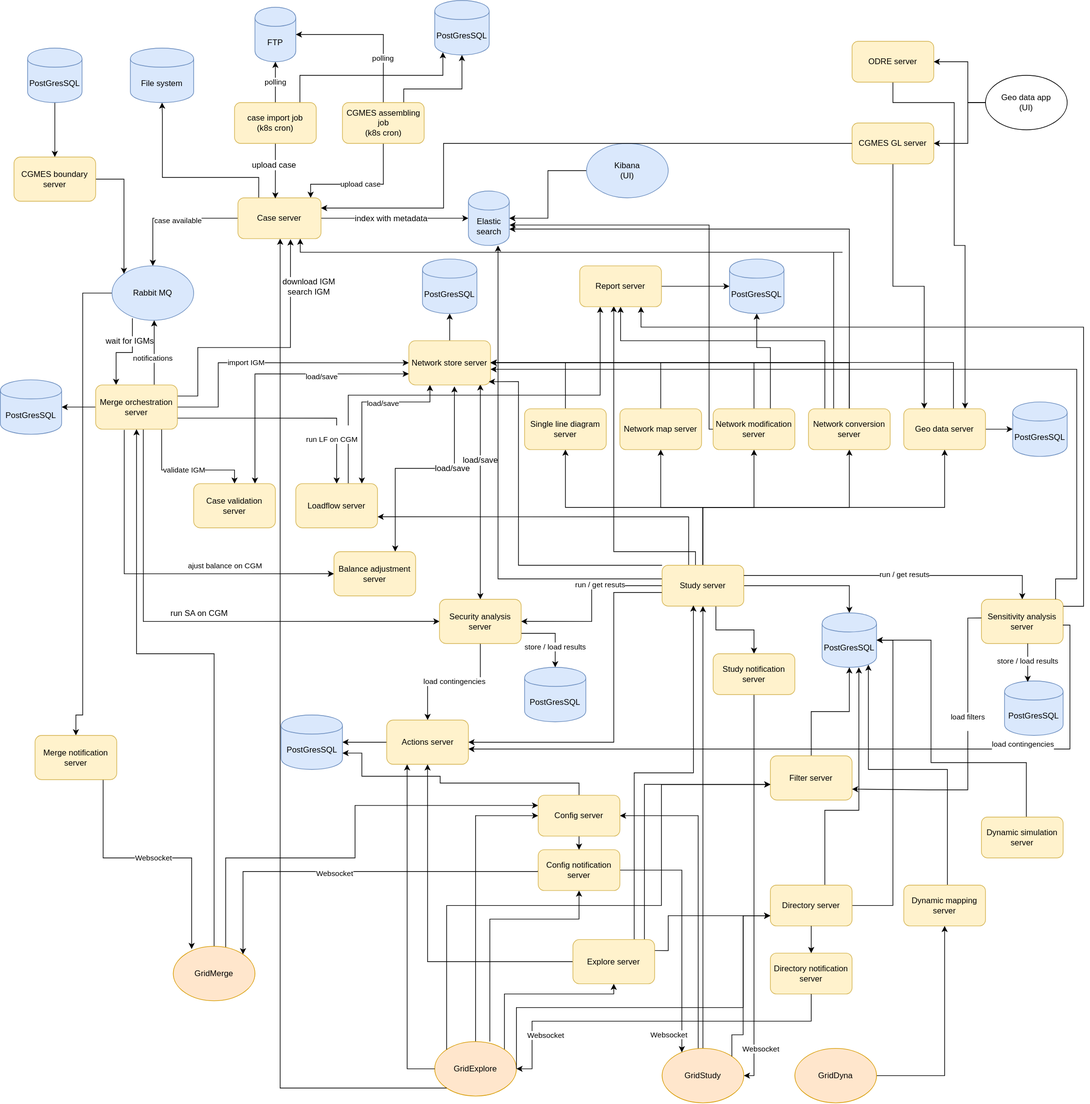
Above: diagrams/gridsuite_architecture.svg in gridsuite/documentation (draw.io), before the change. Source tidied: cells renumbered, new cells last; positions are measured from the earlier drawing's top-left corner, leaving out a move shared by most shapes.
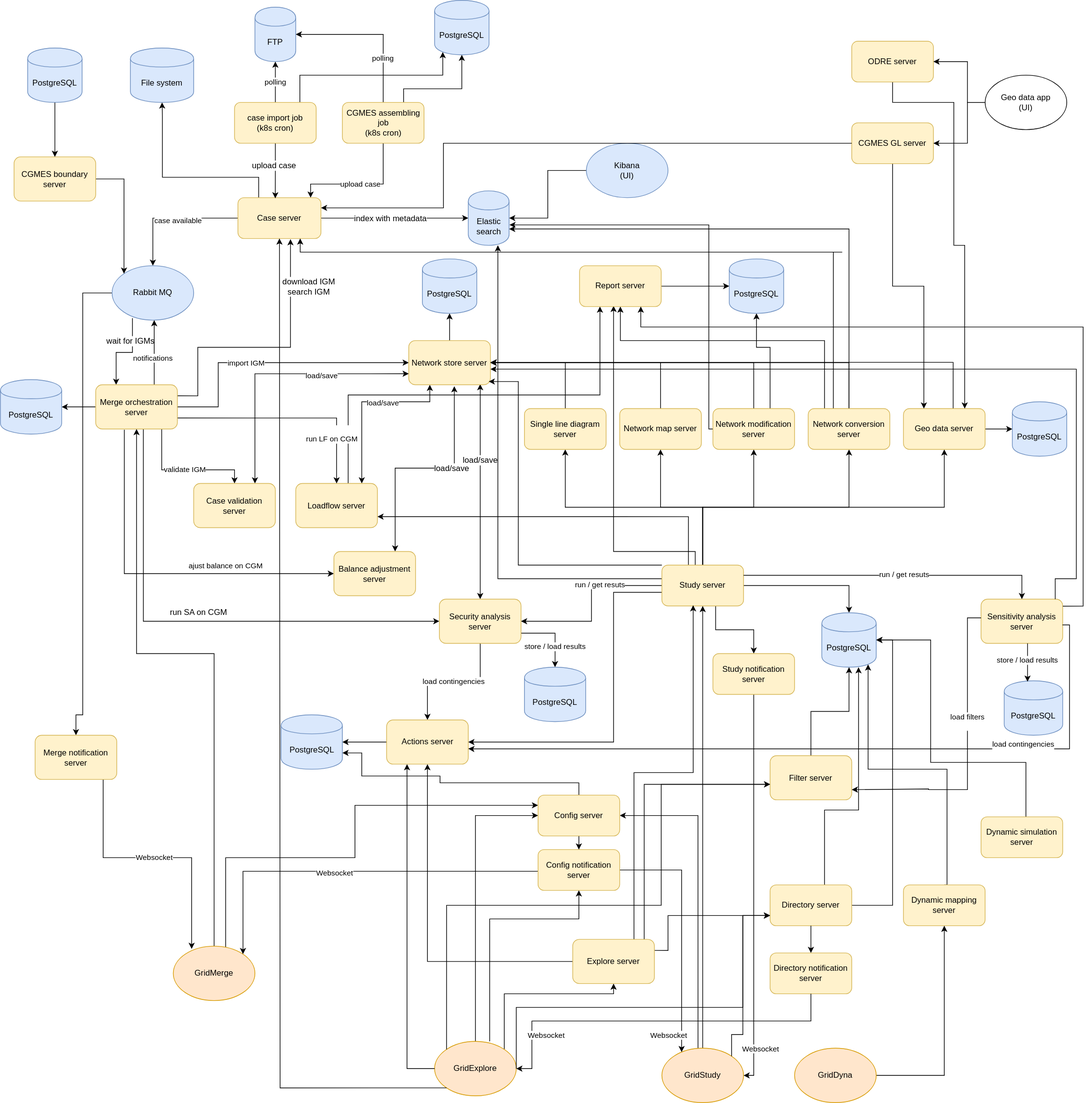
Later version of the same file.

Commit message:
Typo modification everywhere after review : PostGresSQL ---> PostgreSQL

What changed in the source:
```diff
@@ -214,7 +214,7 @@
     <mxCell id="47" value="Merge orchestration server" style="rounded=1;whiteSpace=wrap;html=1;fillColor=#fff2cc;strokeColor=#d6b656;" parent="1" vertex="1">
       <mxGeometry x="140" y="565" width="120" height="65" as="geometry" />
     </mxCell>
-    <mxCell id="48" value="PostGresSQL" style="shape=cylinder;whiteSpace=wrap;html=1;boundedLbl=1;backgroundOutline=1;fillColor=#dae8fc;strokeColor=#6c8ebf;" parent="1" vertex="1">
+    <mxCell id="48" value="PostgreSQL" style="shape=cylinder;whiteSpace=wrap;html=1;boundedLbl=1;backgroundOutline=1;fillColor=#dae8fc;strokeColor=#6c8ebf;" parent="1" vertex="1">
       <mxGeometry y="557.5" width="90" height="80" as="geometry" />
     </mxCell>
     <mxCell id="49" style="edgeStyle=orthogonalEdgeStyle;rounded=0;jettySize=auto;html=1;entryX=1;entryY=0.5;entryDx=0;entryDy=0;" parent="1" edge="1" source="50" target="51">
@@ -223,7 +223,7 @@
     <mxCell id="50" value="Actions server" style="rounded=1;whiteSpace=wrap;html=1;fillColor=#fff2cc;strokeColor=#d6b656;" parent="1" vertex="1">
       <mxGeometry x="567.5" y="1057.5" width="120" height="65" as="geometry" />
     </mxCell>
-    <mxCell id="51" value="PostGresSQL" style="shape=cylinder;whiteSpace=wrap;html=1;boundedLbl=1;backgroundOutline=1;fillColor=#dae8fc;strokeColor=#6c8ebf;" parent="1" vertex="1">
+    <mxCell id="51" value="PostgreSQL" style="shape=cylinder;whiteSpace=wrap;html=1;boundedLbl=1;backgroundOutline=1;fillColor=#dae8fc;strokeColor=#6c8ebf;" parent="1" vertex="1">
       <mxGeometry x="412.5" y="1050" width="90" height="80" as="geometry" />
     </mxCell>
     <mxCell id="52" style="edgeStyle=orthogonalEdgeStyle;rounded=0;jettySize=auto;html=1;exitX=0.75;exitY=0;exitDx=0;exitDy=0;entryX=0;entryY=0.75;entryDx=0;entryDy=0;startArrow=classic;startFill=1;" parent="1" edge="1" source="54" target="34">
@@ -426,7 +426,7 @@
     <mxCell id="92" value="Geo data server" style="rounded=1;whiteSpace=wrap;html=1;fillColor=#fff2cc;strokeColor=#d6b656;" parent="1" vertex="1">
       <mxGeometry x="1327" y="600" width="120" height="60" as="geometry" />
     </mxCell>
-    <mxCell id="93" value="PostGresSQL" style="shape=cylinder;whiteSpace=wrap;html=1;boundedLbl=1;backgroundOutline=1;fillColor=#dae8fc;strokeColor=#6c8ebf;" parent="1" vertex="1">
+    <mxCell id="93" value="PostgreSQL" style="shape=cylinder;whiteSpace=wrap;html=1;boundedLbl=1;backgroundOutline=1;fillColor=#dae8fc;strokeColor=#6c8ebf;" parent="1" vertex="1">
       <mxGeometry x="1487" y="590" width="80" height="80" as="geometry" />
     </mxCell>
     <mxCell id="94" style="edgeStyle=orthogonalEdgeStyle;rounded=0;jettySize=auto;html=1;entryX=0.25;entryY=0;entryDx=0;entryDy=0;" parent="1" edge="1" source="95" target="92">
@@ -509,7 +509,7 @@
     <mxCell id="109" value="GridStudy" style="ellipse;whiteSpace=wrap;html=1;fillColor=#ffe6cc;strokeColor=#d79b00;" parent="1" vertex="1">
       <mxGeometry x="972" y="1540" width="120" height="80" as="geometry" />
     </mxCell>
-    <mxCell id="110" value="PostGresSQL" style="shape=cylinder;whiteSpace=wrap;html=1;boundedLbl=1;backgroundOutline=1;fillColor=#dae8fc;strokeColor=#6c8ebf;" parent="1" vertex="1">
+    <mxCell id="110" value="PostgreSQL" style="shape=cylinder;whiteSpace=wrap;html=1;boundedLbl=1;backgroundOutline=1;fillColor=#dae8fc;strokeColor=#6c8ebf;" parent="1" vertex="1">
       <mxGeometry x="770" y="980" width="90" height="80" as="geometry" />
     </mxCell>
     <mxCell id="111" style="edgeStyle=orthogonalEdgeStyle;rounded=0;jettySize=auto;html=1;" parent="1" edge="1" source="113" target="139">
@@ -558,7 +558,7 @@
     <mxCell id="119" value="GridExplore" style="ellipse;whiteSpace=wrap;html=1;fillColor=#ffe6cc;strokeColor=#d79b00;" parent="1" vertex="1">
       <mxGeometry x="638" y="1530" width="120" height="80" as="geometry" />
     </mxCell>
-    <mxCell id="120" value="PostGresSQL" style="shape=cylinder;whiteSpace=wrap;html=1;boundedLbl=1;backgroundOutline=1;fillColor=#dae8fc;strokeColor=#6c8ebf;" parent="1" vertex="1">
+    <mxCell id="120" value="PostgreSQL" style="shape=cylinder;whiteSpace=wrap;html=1;boundedLbl=1;backgroundOutline=1;fillColor=#dae8fc;strokeColor=#6c8ebf;" parent="1" vertex="1">
       <mxGeometry x="1207" y="900" width="80" height="80" as="geometry" />
     </mxCell>
     <mxCell id="121" style="edgeStyle=orthogonalEdgeStyle;rounded=0;jettySize=auto;html=1;" parent="1" edge="1" source="122" target="120">
@@ -567,7 +567,7 @@
     <mxCell id="122" value="Filter server" style="rounded=1;whiteSpace=wrap;html=1;fillColor=#fff2cc;strokeColor=#d6b656;" parent="1" vertex="1">
       <mxGeometry x="1131" y="1110" width="120" height="65" as="geometry" />
     </mxCell>
-    <mxCell id="123" value="PostGresSQL" style="shape=cylinder;whiteSpace=wrap;html=1;boundedLbl=1;backgroundOutline=1;fillColor=#dae8fc;strokeColor=#6c8ebf;" parent="1" vertex="1">
+    <mxCell id="123" value="PostgreSQL" style="shape=cylinder;whiteSpace=wrap;html=1;boundedLbl=1;backgroundOutline=1;fillColor=#dae8fc;strokeColor=#6c8ebf;" parent="1" vertex="1">
       <mxGeometry x="1071" y="380" width="80" height="80" as="geometry" />
     </mxCell>
     <mxCell id="124" style="edgeStyle=orthogonalEdgeStyle;rounded=0;jettySize=auto;html=1;entryX=0;entryY=0;entryDx=0;entryDy=0;" parent="1" edge="1" source="125" target="12">
@@ -579,7 +579,7 @@
     <mxCell id="126" style="edgeStyle=orthogonalEdgeStyle;rounded=0;jettySize=auto;html=1;" parent="1" edge="1" source="127" target="125">
       <mxGeometry relative="1" as="geometry" />
     </mxCell>
-    <mxCell id="127" value="PostGresSQL" style="shape=cylinder;whiteSpace=wrap;html=1;boundedLbl=1;backgroundOutline=1;fillColor=#dae8fc;strokeColor=#6c8ebf;" parent="1" vertex="1">
+    <mxCell id="127" value="PostgreSQL" style="shape=cylinder;whiteSpace=wrap;html=1;boundedLbl=1;backgroundOutline=1;fillColor=#dae8fc;strokeColor=#6c8ebf;" parent="1" vertex="1">
       <mxGeometry x="40" y="70" width="80" height="80" as="geometry" />
     </mxCell>
     <mxCell id="128" style="edgeStyle=orthogonalEdgeStyle;rounded=0;jettySize=auto;html=1;entryX=1;entryY=0.5;entryDx=0;entryDy=0;" parent="1" edge="1" source="130" target="120">
@@ -699,10 +699,10 @@
         </Array>
       </mxGeometry>
     </mxCell>
-    <mxCell id="150" value="PostGresSQL" style="shape=cylinder;whiteSpace=wrap;html=1;boundedLbl=1;backgroundOutline=1;fillColor=#dae8fc;strokeColor=#6c8ebf;" parent="1" vertex="1">
+    <mxCell id="150" value="PostgreSQL" style="shape=cylinder;whiteSpace=wrap;html=1;boundedLbl=1;backgroundOutline=1;fillColor=#dae8fc;strokeColor=#6c8ebf;" parent="1" vertex="1">
       <mxGeometry x="638" width="80" height="80" as="geometry" />
     </mxCell>
-    <mxCell id="151" value="PostGresSQL" style="shape=cylinder;whiteSpace=wrap;html=1;boundedLbl=1;backgroundOutline=1;fillColor=#dae8fc;strokeColor=#6c8ebf;" parent="1" vertex="1">
+    <mxCell id="151" value="PostgreSQL" style="shape=cylinder;whiteSpace=wrap;html=1;boundedLbl=1;backgroundOutline=1;fillColor=#dae8fc;strokeColor=#6c8ebf;" parent="1" vertex="1">
       <mxGeometry x="620" y="380" width="80" height="80" as="geometry" />
     </mxCell>
     <mxCell id="152" style="endArrow=classic;html=1;rounded=0;entryX=1;entryY=0.25;entryDx=0;entryDy=0;exitX=0;exitY=0.5;exitDx=0;exitDy=0;edgeStyle=elbowEdgeStyle;" parent="1" edge="1" source="95" target="8">
@@ -784,7 +784,7 @@
         <mxPoint x="78" y="-4" as="offset" />
       </mxGeometry>
     </mxCell>
-    <mxCell id="165" value="PostGresSQL" style="shape=cylinder;whiteSpace=wrap;html=1;boundedLbl=1;backgroundOutline=1;fillColor=#dae8fc;strokeColor=#6c8ebf;" parent="1" vertex="1">
+    <mxCell id="165" value="PostgreSQL" style="shape=cylinder;whiteSpace=wrap;html=1;boundedLbl=1;backgroundOutline=1;fillColor=#dae8fc;strokeColor=#6c8ebf;" parent="1" vertex="1">
       <mxGeometry x="1475" y="1000" width="86" height="80" as="geometry" />
     </mxCell>
     <mxCell id="166" value="store / load results" style="edgeStyle=orthogonalEdgeStyle;rounded=0;jettySize=auto;html=1;entryX=0.399;entryY=0.017;entryDx=0;entryDy=0;entryPerimeter=0;" parent="1" edge="1" target="165">
```
